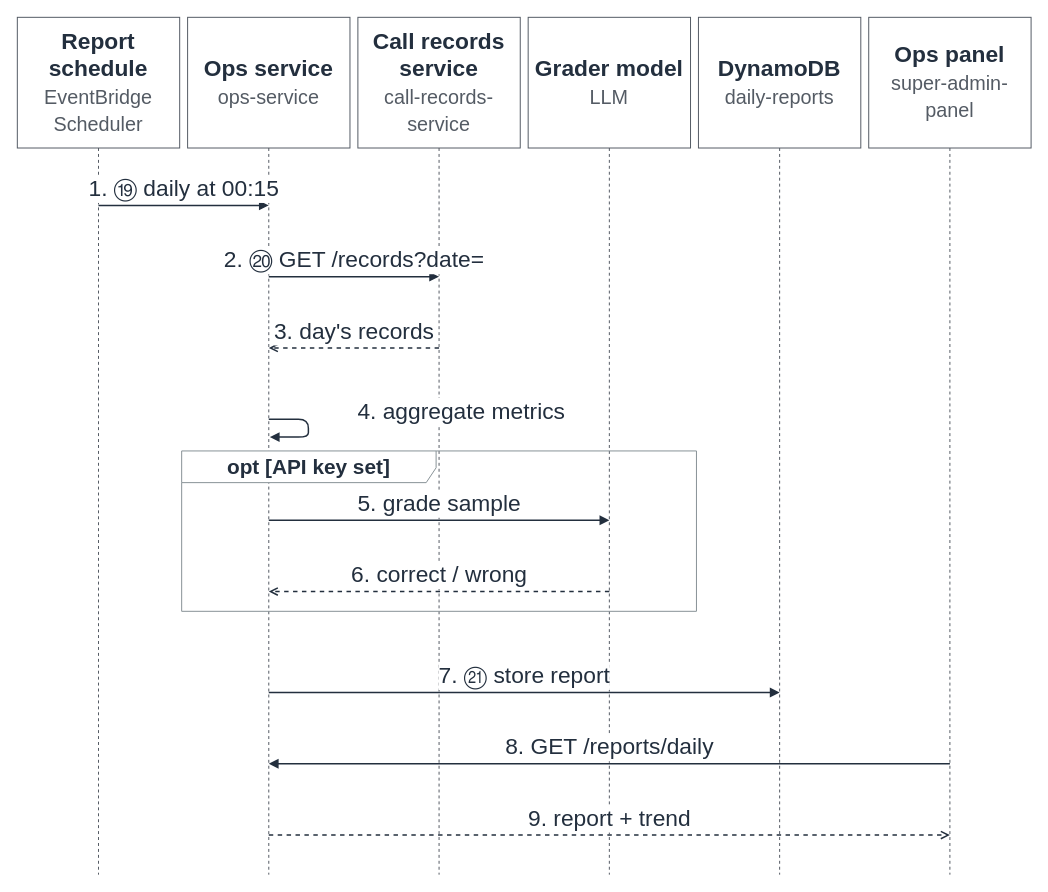
Above: page "S7 Daily report" (7 of 7) of docs/diagrams/H4_sequences_en.drawio in nexgenspeak-max/AI-Powered-Driver-Assistant (draw.io), before the change. Source tidied: cells renumbered, new cells numbered last; positions are measured from the earlier drawing's top-left corner, leaving out a move shared by most shapes. Both pictures are drawn from the tidied source at 99%, with x=0, y=0 at pixel (17, 17).
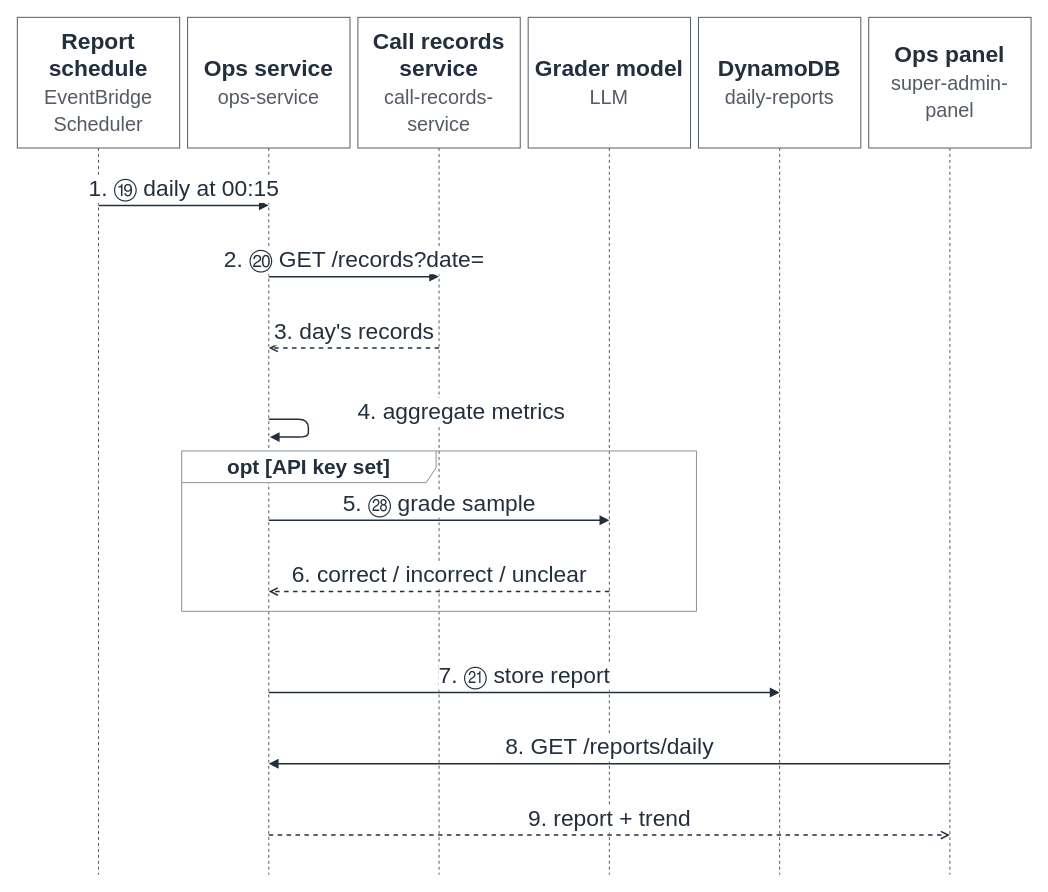
Above is the later version.

Commit message (it also covers changes not shown here):
docs(thesis): diagram and table audit against the text

The edit, as a diff of the source:
```diff
@@
-    <mxCell id="12" value="5. grade sample" style="html=1;verticalAlign=bottom;endArrow=block;endFill=1;strokeColor=#232F3E;strokeWidth=1.5;fontSize=23;fontColor=#232F3E;labelBackgroundColor=#FFFFFF;fontFamily=Helvetica;" parent="1" edge="1">
+    <mxCell id="12" value="5. ㉘ grade sample" style="html=1;verticalAlign=bottom;endArrow=block;endFill=1;strokeColor=#232F3E;strokeWidth=1.5;fontSize=23;fontColor=#232F3E;labelBackgroundColor=#FFFFFF;fontFamily=Helvetica;" parent="1" edge="1">
       <mxGeometry relative="1" as="geometry">
         <mxPoint x="254" y="508" as="sourcePoint" />
         <mxPoint x="598" y="508" as="targetPoint" />
       </mxGeometry>
     </mxCell>
-    <mxCell id="13" value="6. correct / wrong" style="html=1;verticalAlign=bottom;endArrow=open;endFill=0;strokeColor=#232F3E;strokeWidth=1.5;fontSize=23;fontColor=#232F3E;labelBackgroundColor=#FFFFFF;fontFamily=Helvetica;dashed=1;" parent="1" edge="1">
+    <mxCell id="13" value="6. correct / incorrect / unclear" style="html=1;verticalAlign=bottom;endArrow=open;endFill=0;strokeColor=#232F3E;strokeWidth=1.5;fontSize=23;fontColor=#232F3E;labelBackgroundColor=#FFFFFF;fontFamily=Helvetica;dashed=1;" parent="1" edge="1">
       <mxGeometry relative="1" as="geometry">
         <mxPoint x="598" y="580" as="sourcePoint" />
         <mxPoint x="254" y="580" as="targetPoint" />
       </mxGeometry>
     </mxCell>
```
